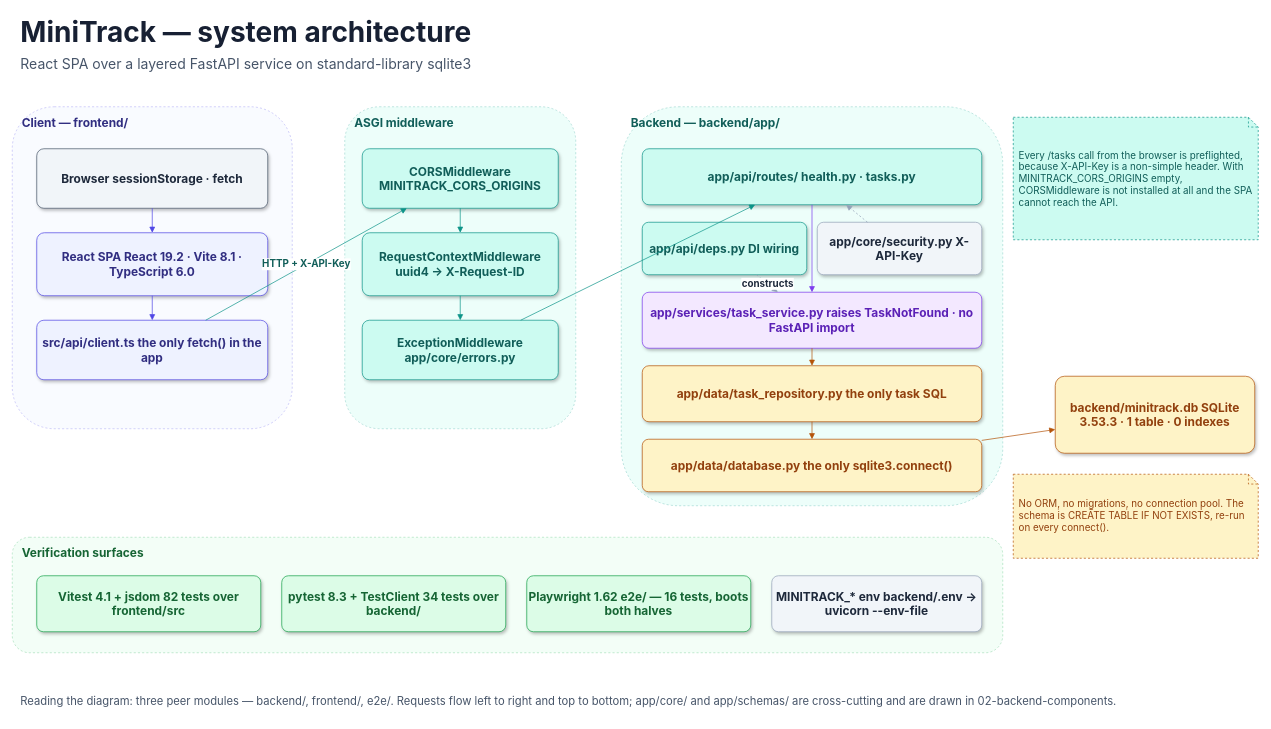
Before: docs/diagrams/drawio/01-system-architecture.drawio in deepakbabel23/minitrack, a draw.io diagram. Source tidied: cells renumbered, new cells numbered last; positions are measured from the earlier drawing's top-left corner, leaving out a move shared by most shapes. Both pictures are drawn from the tidied source at 70%, with x=0, y=0 at pixel (12, 12).
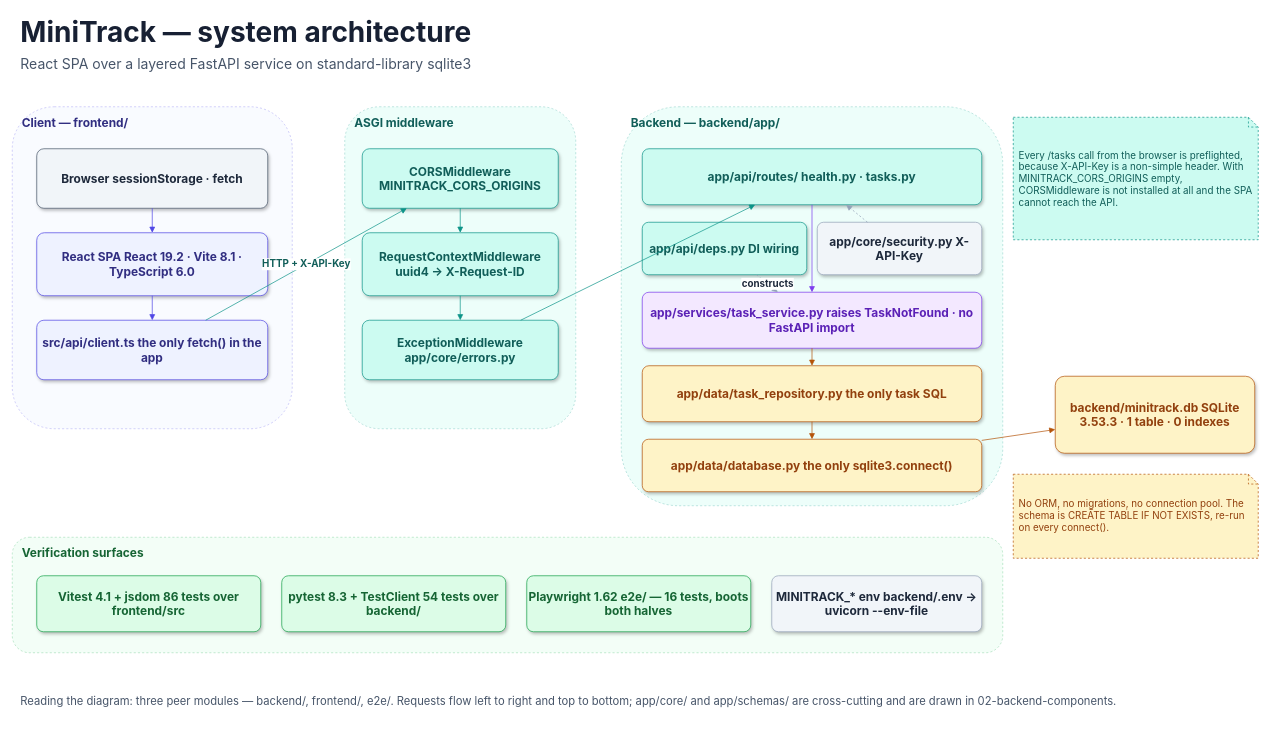
The same page after the edit.

The edit, as a diff of the source:
```diff
@@
-    <mxCell id="21" value="Vitest 4.1 + jsdom 82 tests over frontend/src" style="rounded=1;whiteSpace=wrap;html=1;arcSize=12;shadow=1;fontSize=17;fontStyle=1;fillColor=#DCFCE7;strokeColor=#16A34A;fontColor=#166534;fontFamily=Inter;" parent="1" vertex="1">
+    <mxCell id="21" value="Vitest 4.1 + jsdom 86 tests over frontend/src" style="rounded=1;whiteSpace=wrap;html=1;arcSize=12;shadow=1;fontSize=17;fontStyle=1;fillColor=#DCFCE7;strokeColor=#16A34A;fontColor=#166534;fontFamily=Inter;" parent="1" vertex="1">
       <mxGeometry x="35" y="805" width="320" height="80" as="geometry" />
     </mxCell>
-    <mxCell id="22" value="pytest 8.3 + TestClient 34 tests over backend/" style="rounded=1;whiteSpace=wrap;html=1;arcSize=12;shadow=1;fontSize=17;fontStyle=1;fillColor=#DCFCE7;strokeColor=#16A34A;fontColor=#166534;fontFamily=Inter;" parent="1" vertex="1">
+    <mxCell id="22" value="pytest 8.3 + TestClient 54 tests over backend/" style="rounded=1;whiteSpace=wrap;html=1;arcSize=12;shadow=1;fontSize=17;fontStyle=1;fillColor=#DCFCE7;strokeColor=#16A34A;fontColor=#166534;fontFamily=Inter;" parent="1" vertex="1">
       <mxGeometry x="385" y="805" width="320" height="80" as="geometry" />
     </mxCell>
```
